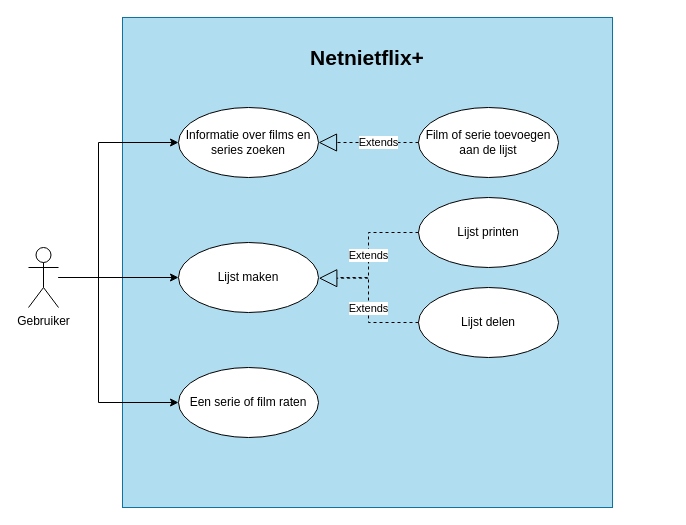
TeaDrinkingProgrammer/NetNietFlix keeps this draw.io diagram as Diagrams/Usecase_diagram.drawio. Above is the earlier version. Source tidied: cells renumbered, new cells numbered last; positions are measured from the earlier drawing's top-left corner, leaving out a move shared by most shapes. Both pictures are drawn from the tidied source at 100%, with x=0, y=0 at pixel (28, 17).
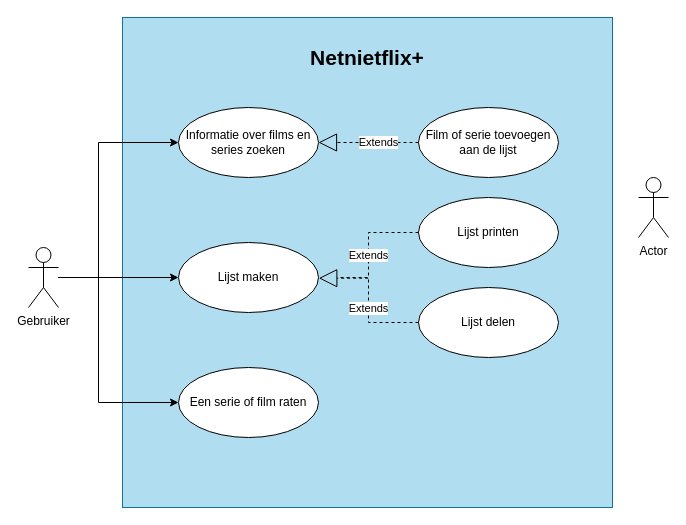
Above is the later version.

Diff of the diagram source:
```diff
@@
+    <mxCell id="17" value="Actor" style="shape=umlActor;verticalLabelPosition=bottom;verticalAlign=top;html=1;" parent="1" vertex="1">
+      <mxGeometry x="610" y="160" width="30" height="60" as="geometry" />
+    </mxCell>
```
